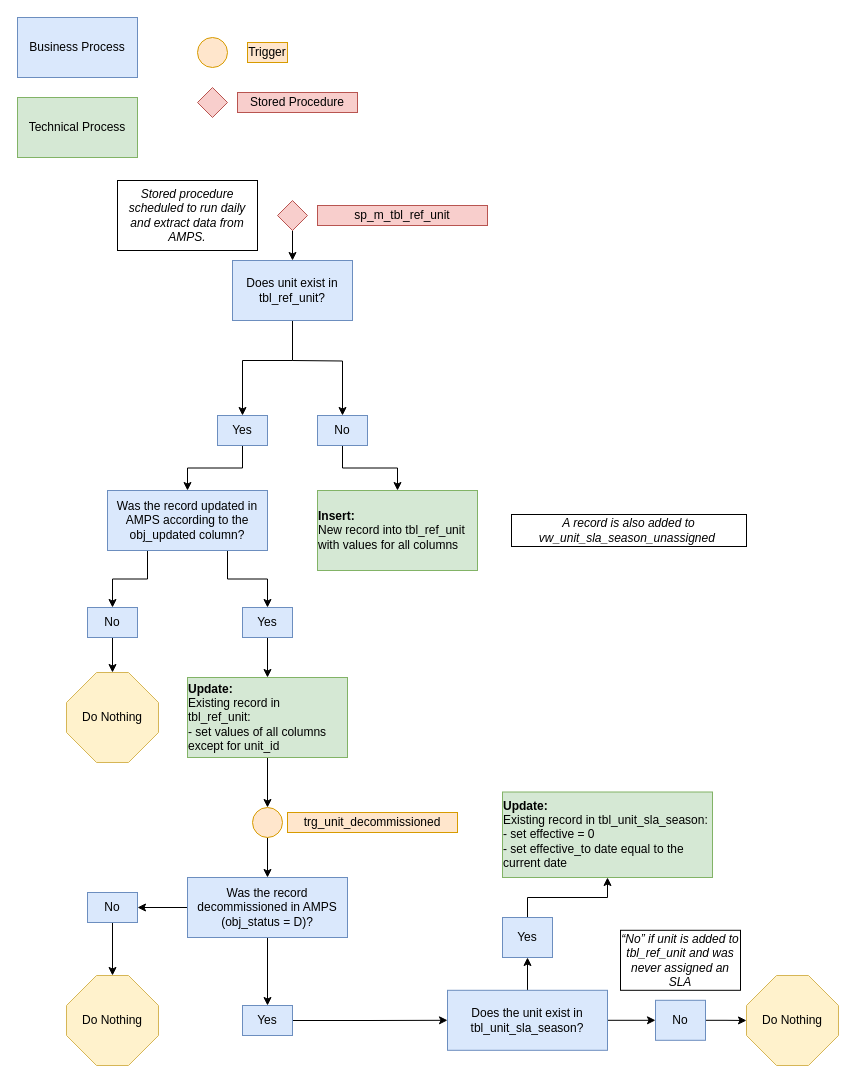
The draw.io diagram images/trg_unit_decommissioned.drawio in NYC-Parks/SLADB, before the edit. Source tidied: cells renumbered, new cells numbered last; positions are measured from the earlier drawing's top-left corner, leaving out a move shared by most shapes. Both pictures are drawn from the tidied source at 100%, with x=0, y=0 at pixel (17, 17).
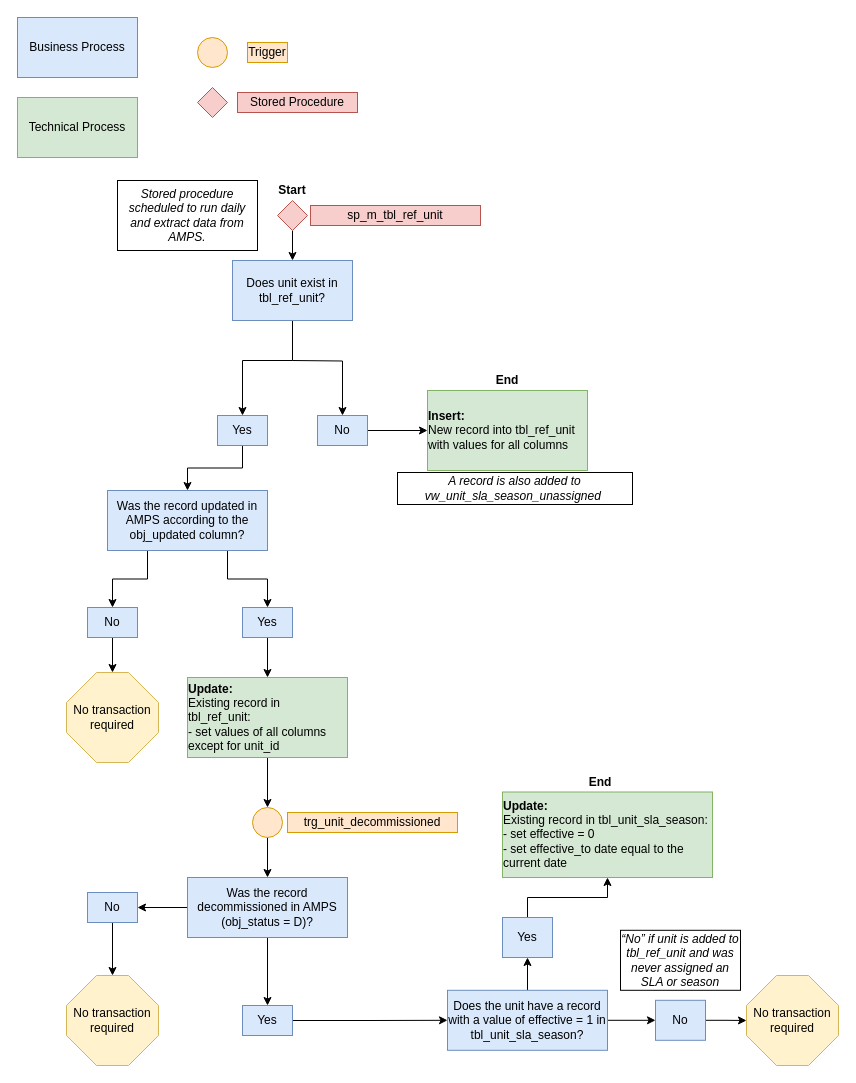
After the change.

The change refers to these unchanged cells:
```xml
<mxCell id="15" value="No" style="rounded=0;whiteSpace=wrap;html=1;fillColor=#dae8fc;strokeColor=#6c8ebf;" parent="1" vertex="1">
  <mxGeometry x="300" y="398" width="50" height="30" as="geometry" />
</mxCell>
```

The edit, as a diff of the source:
```diff
@@
-    <mxCell id="14" style="edgeStyle=orthogonalEdgeStyle;rounded=0;jettySize=auto;html=1;exitX=0.5;exitY=1;exitDx=0;exitDy=0;entryX=0.5;entryY=0;entryDx=0;entryDy=0;" parent="1" edge="1" source="15" target="36">
+    <mxCell id="14" style="edgeStyle=orthogonalEdgeStyle;rounded=0;jettySize=auto;html=1;exitX=1;exitY=0.5;exitDx=0;exitDy=0;entryX=0;entryY=0.5;entryDx=0;entryDy=0;" parent="1" edge="1" source="15" target="36">
       <mxGeometry relative="1" as="geometry" />
     </mxCell>
@@
-    <mxCell id="21" value="Does the unit exist in tbl_unit_sla_season?&lt;br&gt;" style="rounded=0;whiteSpace=wrap;html=1;fillColor=#dae8fc;strokeColor=#6c8ebf;" parent="1" vertex="1">
+    <mxCell id="21" value="Does the unit have a record with a value of effective = 1 in tbl_unit_sla_season?" style="rounded=0;whiteSpace=wrap;html=1;fillColor=#dae8fc;strokeColor=#6c8ebf;" parent="1" vertex="1">
       <mxGeometry x="430" y="972.8" width="160" height="60" as="geometry" />
     </mxCell>
@@
-    <mxCell id="26" value="Do Nothing" style="whiteSpace=wrap;html=1;shape=mxgraph.basic.octagon2;align=center;verticalAlign=middle;dx=15;fillColor=#fff2cc;strokeColor=#d6b656;" parent="1" vertex="1">
+    <mxCell id="26" value="No transaction required" style="whiteSpace=wrap;html=1;shape=mxgraph.basic.octagon2;align=center;verticalAlign=middle;dx=15;fillColor=#fff2cc;strokeColor=#d6b656;" parent="1" vertex="1">
       <mxGeometry x="729" y="958" width="92" height="90" as="geometry" />
     </mxCell>
@@
     <mxCell id="28" value="&lt;span id=&quot;docs-internal-guid-cab402d8-7fff-18fc-b851-d093ed2a1515&quot;&gt;&lt;span style=&quot;font-family: &amp;#34;arial&amp;#34; ; background-color: transparent ; vertical-align: baseline&quot;&gt;&lt;font style=&quot;font-size: 12px&quot;&gt;&lt;i&gt;A record is also added to vw_unit_sla_season_unassigned&amp;nbsp;&lt;/i&gt;&lt;/font&gt;&lt;/span&gt;&lt;/span&gt;" style="rounded=0;whiteSpace=wrap;html=1;fillColor=none;" parent="1" vertex="1">
-      <mxGeometry x="494" y="497" width="235" height="32" as="geometry" />
+      <mxGeometry x="380" y="455" width="235" height="32" as="geometry" />
     </mxCell>
-    <mxCell id="29" value="&lt;span id=&quot;docs-internal-guid-5fe48b0e-7fff-a765-be8b-5b3e4f1d802c&quot;&gt;&lt;span style=&quot;font-family: &amp;quot;arial&amp;quot; ; background-color: transparent ; vertical-align: baseline&quot;&gt;&lt;font style=&quot;font-size: 12px&quot;&gt;“No” if unit is added to tbl_ref_unit and was never assigned an SLA&lt;/font&gt;&lt;/span&gt;&lt;/span&gt;" style="rounded=0;whiteSpace=wrap;html=1;fillColor=none;fontStyle=2;" parent="1" vertex="1">
+    <mxCell id="29" value="&lt;span id=&quot;docs-internal-guid-5fe48b0e-7fff-a765-be8b-5b3e4f1d802c&quot;&gt;&lt;span style=&quot;font-family: &amp;#34;arial&amp;#34; ; background-color: transparent ; vertical-align: baseline&quot;&gt;&lt;font style=&quot;font-size: 12px&quot;&gt;“No” if unit is added to tbl_ref_unit and was never assigned an SLA or season&lt;/font&gt;&lt;/span&gt;&lt;/span&gt;" style="rounded=0;whiteSpace=wrap;html=1;fillColor=none;fontStyle=2;" parent="1" vertex="1">
       <mxGeometry x="603" y="912.8" width="120" height="60" as="geometry" />
     </mxCell>
@@
     <mxCell id="32" value="sp_m_tbl_ref_unit" style="text;html=1;strokeColor=#b85450;fillColor=#f8cecc;align=center;verticalAlign=middle;whiteSpace=wrap;rounded=0;" parent="1" vertex="1">
-      <mxGeometry x="300" y="188" width="170" height="20" as="geometry" />
+      <mxGeometry x="293" y="188" width="170" height="20" as="geometry" />
     </mxCell>
@@
     <mxCell id="36" value="&lt;div style=&quot;text-align: left&quot;&gt;&lt;b&gt;Insert:&lt;/b&gt;&lt;/div&gt;&lt;div style=&quot;text-align: left&quot;&gt;New record into tbl_ref_unit with values for all columns&lt;/div&gt;" style="rounded=0;whiteSpace=wrap;html=1;fillColor=#d5e8d4;strokeColor=#82b366;" parent="1" vertex="1">
-      <mxGeometry x="300" y="473" width="160" height="80" as="geometry" />
+      <mxGeometry x="410" y="373" width="160" height="80" as="geometry" />
     </mxCell>
@@
-    <mxCell id="46" value="Do Nothing" style="whiteSpace=wrap;html=1;shape=mxgraph.basic.octagon2;align=center;verticalAlign=middle;dx=15;fillColor=#fff2cc;strokeColor=#d6b656;" parent="1" vertex="1">
+    <mxCell id="46" value="No transaction required" style="whiteSpace=wrap;html=1;shape=mxgraph.basic.octagon2;align=center;verticalAlign=middle;dx=15;fillColor=#fff2cc;strokeColor=#d6b656;" parent="1" vertex="1">
       <mxGeometry x="49" y="655" width="92" height="90" as="geometry" />
     </mxCell>
@@
-    <mxCell id="51" value="Do Nothing" style="whiteSpace=wrap;html=1;shape=mxgraph.basic.octagon2;align=center;verticalAlign=middle;dx=15;fillColor=#fff2cc;strokeColor=#d6b656;" parent="1" vertex="1">
+    <mxCell id="51" value="No transaction required" style="whiteSpace=wrap;html=1;shape=mxgraph.basic.octagon2;align=center;verticalAlign=middle;dx=15;fillColor=#fff2cc;strokeColor=#d6b656;" parent="1" vertex="1">
       <mxGeometry x="49" y="958" width="92" height="90" as="geometry" />
     </mxCell>
+    <mxCell id="52" value="End" style="text;html=1;strokeColor=none;fillColor=none;align=center;verticalAlign=middle;whiteSpace=wrap;rounded=0;fontStyle=1;" parent="1" vertex="1">
+      <mxGeometry x="563" y="754.5" width="40" height="20" as="geometry" />
+    </mxCell>
+    <mxCell id="53" value="End" style="text;html=1;strokeColor=none;fillColor=none;align=center;verticalAlign=middle;whiteSpace=wrap;rounded=0;fontStyle=1;" parent="1" vertex="1">
+      <mxGeometry x="470" y="353" width="40" height="20" as="geometry" />
+    </mxCell>
+    <mxCell id="54" value="Start" style="text;html=1;strokeColor=none;fillColor=none;align=center;verticalAlign=middle;whiteSpace=wrap;rounded=0;fontStyle=1;" parent="1" vertex="1">
+      <mxGeometry x="255" y="163" width="40" height="20" as="geometry" />
+    </mxCell>
```
